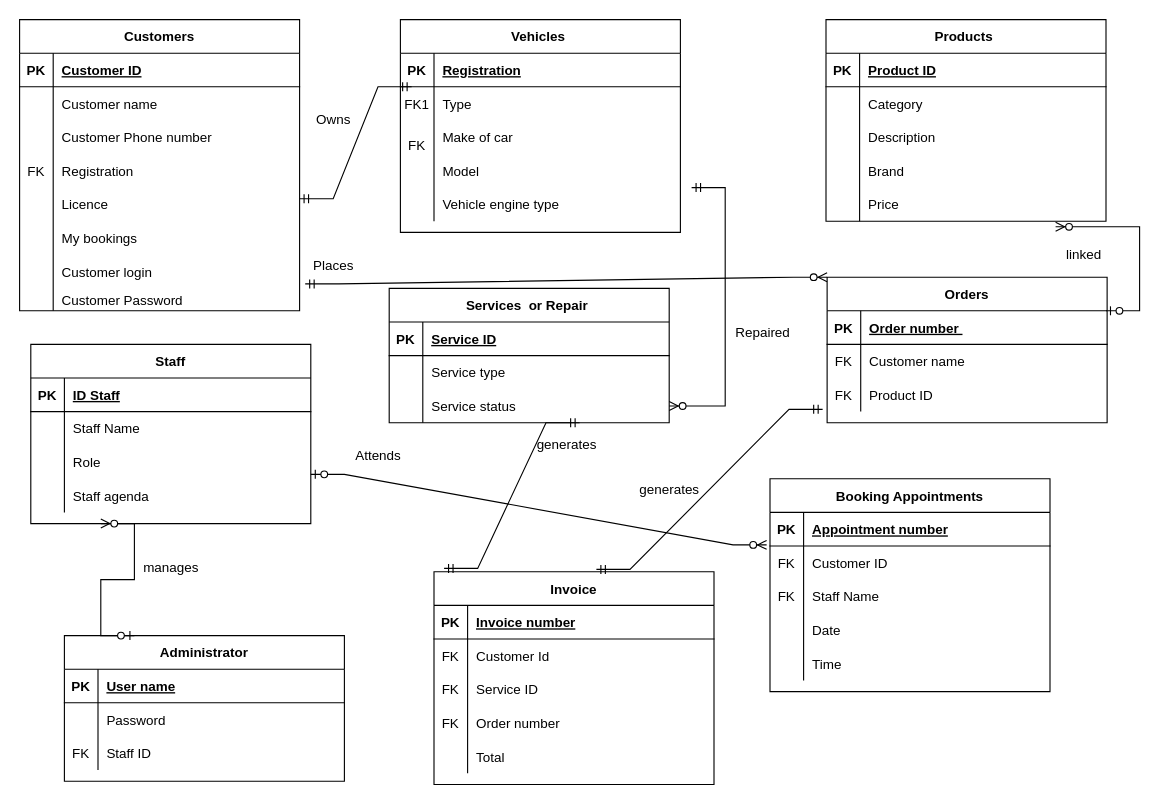
PriFlores/Garage-Database-design- keeps this draw.io diagram as Untitled Diagram.drawio. Above is the earlier version. Source tidied: cells renumbered, new cells numbered last; positions are measured from the earlier drawing's top-left corner, leaving out a move shared by most shapes. Both pictures are drawn from the tidied source at 112%, with x=0, y=0 at pixel (19, 19).
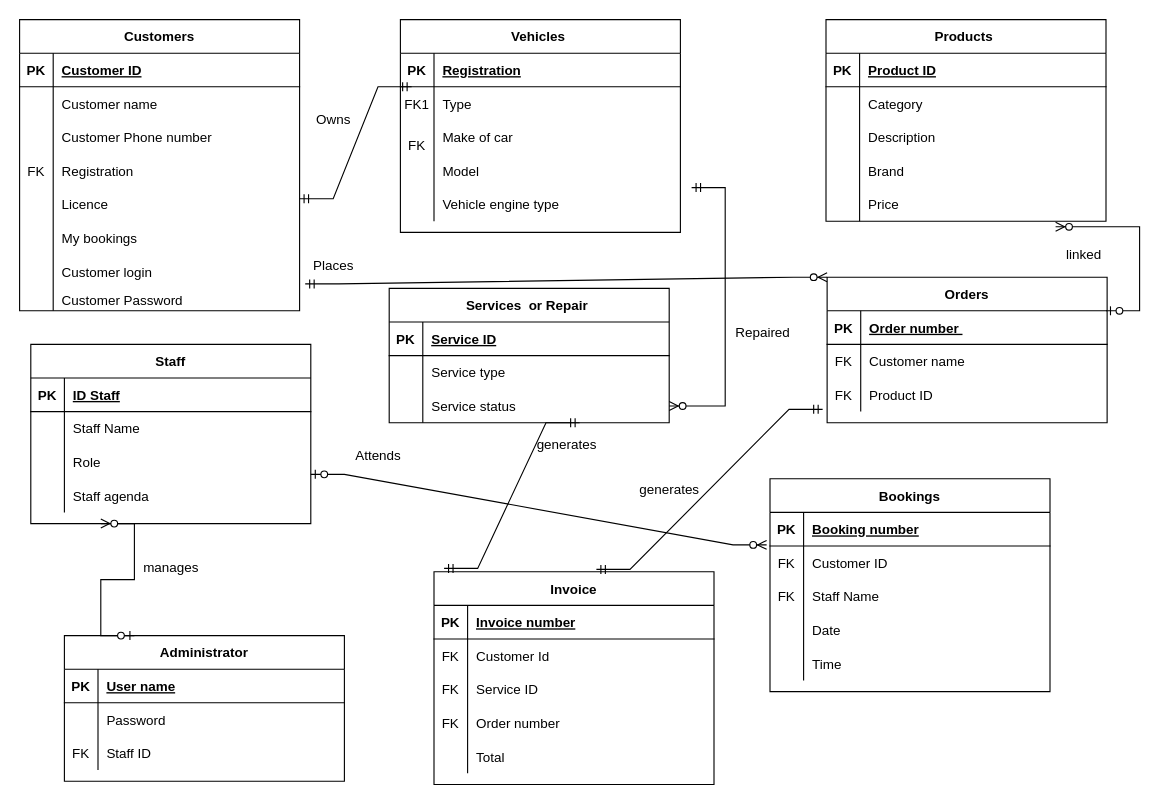
The same diagram, later.

Unchanged cells that the change refers to:
```xml
<mxCell id="77" style="shape=partialRectangle;fillColor=none;top=0;left=0;right=0;bottom=1;" parent="76" vertex="1">
  <mxGeometry y="30" width="250" height="30" as="geometry" />
</mxCell>
```

Change to the diagram source:
```diff
@@
-    <mxCell id="76" value="Booking Appointments" style="shape=table;startSize=30;childLayout=tableLayout;rowLines=0;fontStyle=1;align=center;" parent="1" vertex="1">
+    <mxCell id="76" value="Bookings" style="shape=table;startSize=30;childLayout=tableLayout;rowLines=0;fontStyle=1;align=center;" parent="1" vertex="1">
       <mxGeometry x="670" y="410" width="250" height="190" as="geometry" />
     </mxCell>
@@
-    <mxCell id="79" value="Appointment number" style="shape=partialRectangle;overflow=hidden;fillColor=none;top=0;left=0;bottom=0;right=0;align=left;spacingLeft=6;fontStyle=5;" parent="77" vertex="1">
+    <mxCell id="79" value="Booking number" style="shape=partialRectangle;overflow=hidden;fillColor=none;top=0;left=0;bottom=0;right=0;align=left;spacingLeft=6;fontStyle=5;" parent="77" vertex="1">
       <mxGeometry x="30" width="220" height="30" as="geometry" />
     </mxCell>
```
